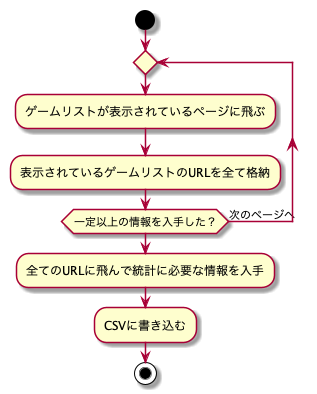
Above: out/uml/design/design.png in kunitaka4649/freem_scraping (PlantUML), before the change.
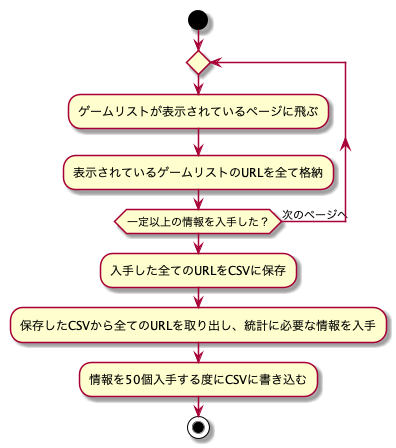
Above is the later version.

The edit, as a diff of the source:
```diff
@@ -6,8 +6,9 @@
   :ゲームリストが表示されているページに飛ぶ;
   :表示されているゲームリストのURLを全て格納;
 repeat while (一定以上の情報を入手した？) is (次のページへ)
-  :全てのURLに飛んで統計に必要な情報を入手;
-  :CSVに書き込む;
+  :入手した全てのURLをCSVに保存;
+  :保存したCSVから全てのURLを取り出し、統計に必要な情報を入手;
+  :情報を50個入手する度にCSVに書き込む;
 
 stop
 
```
